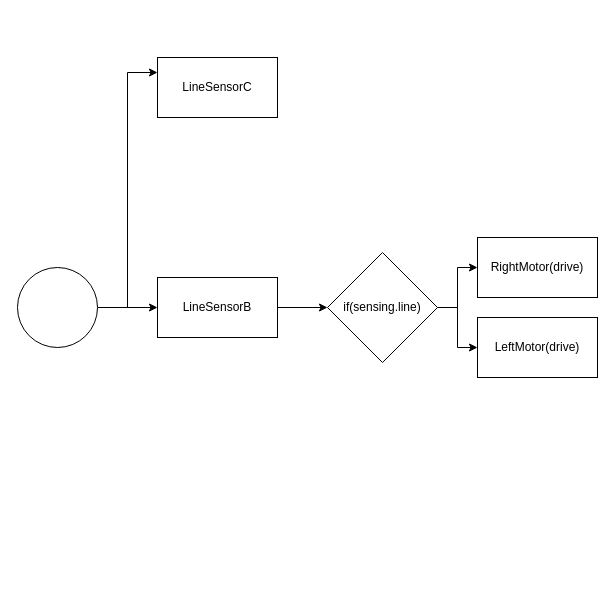
Before: Verkefni 4/Untitled Diagram.drawio in BirgirBragi/ROB2A_V23, a draw.io diagram. Source tidied: cells renumbered, new cells numbered last; positions are measured from the earlier drawing's top-left corner, leaving out a move shared by most shapes. Both pictures are drawn from the tidied source at 100%, with x=0, y=0 at pixel (17, 57).
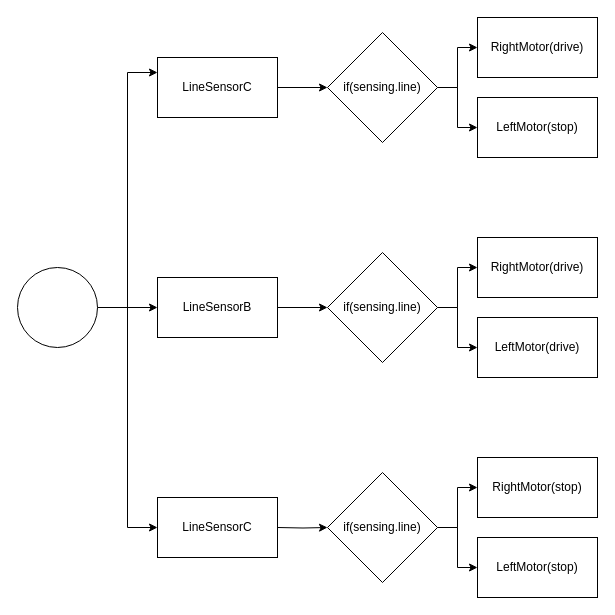
After the change.

Unchanged cells that the change refers to:
```xml
<mxCell id="4" style="ellipse;whiteSpace=wrap;html=1;" parent="1" vertex="1">
  <mxGeometry y="210" width="80" height="80" as="geometry" />
</mxCell>
<mxCell id="12" value="LineSensorC" style="whiteSpace=wrap;html=1;" parent="1" vertex="1">
  <mxGeometry x="140" width="120" height="60" as="geometry" />
</mxCell>
```

The edit, as a diff of the source:
```diff
@@
+    <mxCell id="13" style="edgeStyle=orthogonalEdgeStyle;rounded=0;jettySize=auto;html=1;entryX=0;entryY=0.5;entryDx=0;entryDy=0;" parent="1" edge="1" source="4" target="20">
+      <mxGeometry relative="1" as="geometry" />
+    </mxCell>
@@
+    <mxCell id="14" style="edgeStyle=orthogonalEdgeStyle;rounded=0;jettySize=auto;html=1;" parent="1" edge="1" source="12" target="17">
+      <mxGeometry relative="1" as="geometry" />
+    </mxCell>
@@
+    <mxCell id="15" style="edgeStyle=orthogonalEdgeStyle;rounded=0;jettySize=auto;html=1;" parent="1" edge="1" source="17" target="18">
+      <mxGeometry relative="1" as="geometry" />
+    </mxCell>
+    <mxCell id="16" style="edgeStyle=orthogonalEdgeStyle;rounded=0;jettySize=auto;html=1;" parent="1" edge="1" source="17" target="19">
+      <mxGeometry relative="1" as="geometry" />
+    </mxCell>
+    <mxCell id="17" value="if(sensing.line)" style="rhombus;whiteSpace=wrap;html=1;" parent="1" vertex="1">
+      <mxGeometry x="310" y="-25" width="110" height="110" as="geometry" />
+    </mxCell>
+    <mxCell id="18" value="RightMotor(drive)" style="whiteSpace=wrap;html=1;" parent="1" vertex="1">
+      <mxGeometry x="460" y="-40" width="120" height="60" as="geometry" />
+    </mxCell>
+    <mxCell id="19" value="LeftMotor(stop)" style="whiteSpace=wrap;html=1;" parent="1" vertex="1">
+      <mxGeometry x="460" y="40" width="120" height="60" as="geometry" />
+    </mxCell>
+    <mxCell id="20" value="LineSensorC" style="whiteSpace=wrap;html=1;" parent="1" vertex="1">
+      <mxGeometry x="140" y="440" width="120" height="60" as="geometry" />
+    </mxCell>
+    <mxCell id="21" style="edgeStyle=orthogonalEdgeStyle;rounded=0;jettySize=auto;html=1;" parent="1" edge="1" target="24">
+      <mxGeometry relative="1" as="geometry">
+        <mxPoint x="260" y="470" as="sourcePoint" />
+      </mxGeometry>
+    </mxCell>
+    <mxCell id="22" style="edgeStyle=orthogonalEdgeStyle;rounded=0;jettySize=auto;html=1;" parent="1" edge="1" source="24" target="25">
+      <mxGeometry relative="1" as="geometry" />
+    </mxCell>
+    <mxCell id="23" style="edgeStyle=orthogonalEdgeStyle;rounded=0;jettySize=auto;html=1;" parent="1" edge="1" source="24" target="26">
+      <mxGeometry relative="1" as="geometry" />
+    </mxCell>
+    <mxCell id="24" value="if(sensing.line)" style="rhombus;whiteSpace=wrap;html=1;" parent="1" vertex="1">
+      <mxGeometry x="310" y="415" width="110" height="110" as="geometry" />
+    </mxCell>
+    <mxCell id="25" value="RightMotor(stop)" style="whiteSpace=wrap;html=1;" parent="1" vertex="1">
+      <mxGeometry x="460" y="400" width="120" height="60" as="geometry" />
+    </mxCell>
+    <mxCell id="26" value="LeftMotor(stop)" style="whiteSpace=wrap;html=1;" parent="1" vertex="1">
+      <mxGeometry x="460" y="480" width="120" height="60" as="geometry" />
+    </mxCell>
```
